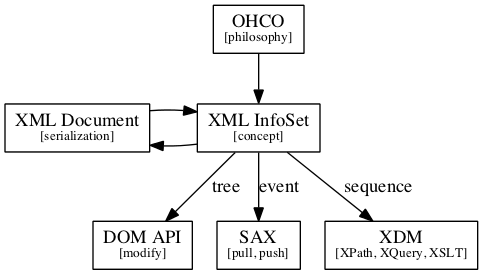
djbpitt/balisage_2017 keeps this Graphviz diagram as Balisage-1-3-xsl/xml-spec.png. Above is the earlier version. Its source is kept beside it as Balisage-1-3-xsl/xml-spec.dot. Source of this version:
```dot
digraph G {
	{ node [shape=box]
		{ rank = same;
			XML[label=<XML Document<BR /><FONT POINT-SIZE="10">[serialization]</FONT>>];
			InfoSet[label=<XML InfoSet<BR /><FONT POINT-SIZE="10">[concept]</FONT>>]
		}
		{ rank = same;
			DOM[label=<DOM API<BR /><FONT POINT-SIZE="10">[modify]</FONT>>];
			SAX[label=<SAX<BR /><FONT POINT-SIZE="10">[pull, push]</FONT>>];
			XDM[label=<XDM<BR /><FONT POINT-SIZE="10">[XPath, XQuery, XSLT]</FONT>>] }
		{ OHCO[label=<OHCO<BR /><FONT POINT-SIZE="10">[philosophy]</FONT>>]; }
	}
	OHCO -> InfoSet
	InfoSet -> XML
	XML -> InfoSet
	{ edge [label=tree] InfoSet -> DOM }
	{ edge [label=event] InfoSet -> SAX }
	{ edge [label=sequence] InfoSet -> XDM }
}
```
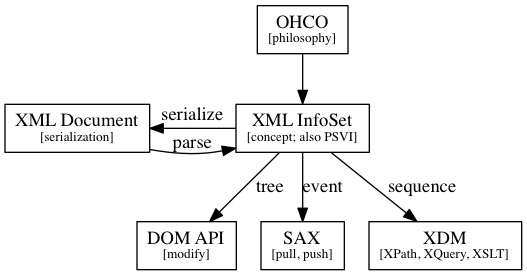
The same file after the commit.

Commit message:
Fine-tuned xml-spec diagram

Diff of the diagram source:
```diff
@@ -2,17 +2,18 @@
 	{ node [shape=box]
 		{ rank = same;
 			XML[label=<XML Document<BR /><FONT POINT-SIZE="10">[serialization]</FONT>>];
-			InfoSet[label=<XML InfoSet<BR /><FONT POINT-SIZE="10">[concept]</FONT>>]
+			InfoSet[label=<XML InfoSet<BR /><FONT POINT-SIZE="10">[concept; also PSVI]</FONT>>]
 		}
 		{ rank = same;
 			DOM[label=<DOM API<BR /><FONT POINT-SIZE="10">[modify]</FONT>>];
 			SAX[label=<SAX<BR /><FONT POINT-SIZE="10">[pull, push]</FONT>>];
-			XDM[label=<XDM<BR /><FONT POINT-SIZE="10">[XPath, XQuery, XSLT]</FONT>>] }
+			XDM[label=<XDM<BR /><FONT POINT-SIZE="10">[XPath, XQuery, XSLT]</FONT>>]
+		}
 		{ OHCO[label=<OHCO<BR /><FONT POINT-SIZE="10">[philosophy]</FONT>>]; }
 	}
-	OHCO -> InfoSet
-	InfoSet -> XML
-	XML -> InfoSet
+	OHCO -> InfoSet;
+	{ edge [label=serialize] InfoSet -> XML }
+	{ edge [label=parse] XML -> InfoSet }
 	{ edge [label=tree] InfoSet -> DOM }
 	{ edge [label=event] InfoSet -> SAX }
 	{ edge [label=sequence] InfoSet -> XDM }
```
